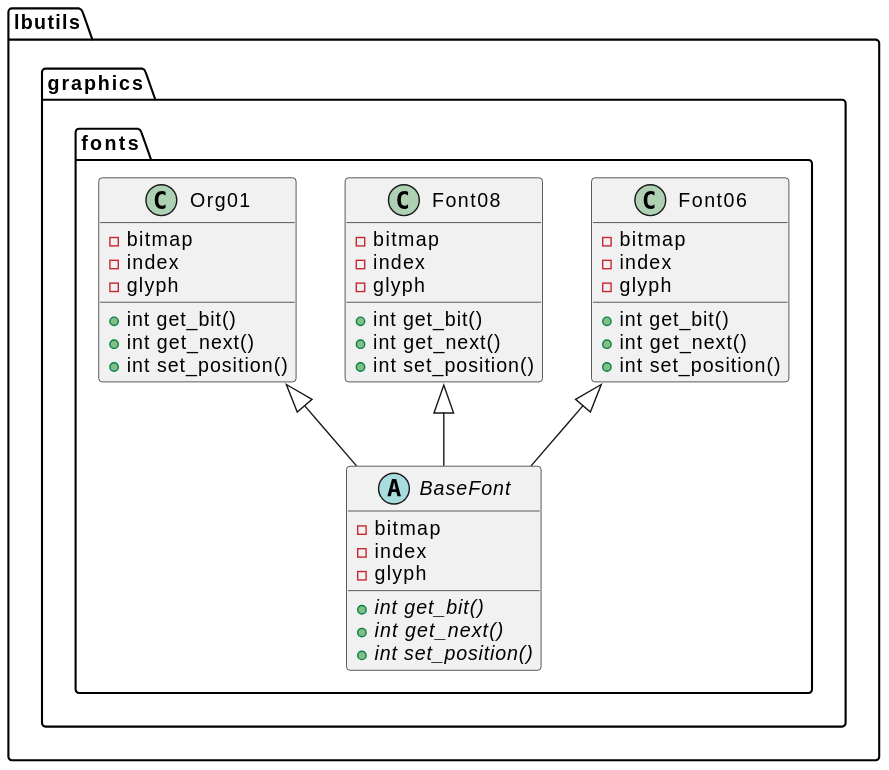
Before: docs/media/lbutils_graphics_fonts.svg, a diagram exported from PlantUML (dlove24/lbutils). Its diagram source:
```plantuml
@startuml
namespace lbutils {
    namespace graphics {
    namespace fonts {
        abstract class BaseFont {
            - bitmap
            - index
            - glyph
            {abstract} +int get_bit()
            {abstract} +int get_next()
            {abstract} +int set_position()
            }
        class Font06 {
            - bitmap
            - index
            - glyph
            +int get_bit()
            +int get_next()
            +int set_position()
            }
        class Font08{
            - bitmap
            - index
            - glyph
            +int get_bit()
            +int get_next()
            +int set_position()
            }
        class Org01{
            - bitmap
            - index
            - glyph
            +int get_bit()
            +int get_next()
            +int set_position()
            }

        }
    }
}

lbutils.graphics.fonts.Font06 <|-- lbutils.graphics.fonts.BaseFont
lbutils.graphics.fonts.Font08 <|-- lbutils.graphics.fonts.BaseFont
lbutils.graphics.fonts.Org01 <|-- lbutils.graphics.fonts.BaseFont
@enduml
```
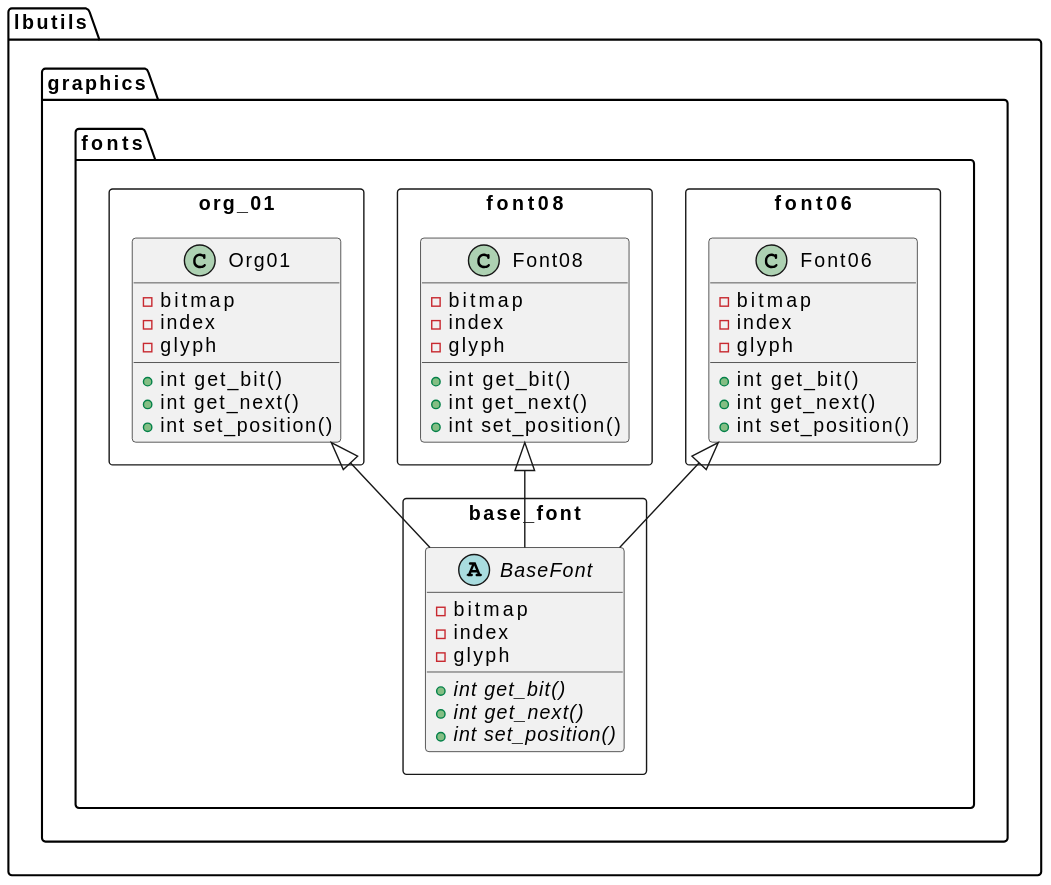
After the change.

What changed in the source:
```diff
@@ -1,45 +1,53 @@
 @startuml
 namespace lbutils {
     namespace graphics {
-    namespace fonts {
-        abstract class BaseFont {
-            - bitmap
-            - index
-            - glyph
-            {abstract} +int get_bit()
-            {abstract} +int get_next()
-            {abstract} +int set_position()
+        namespace fonts {
+            namespace base_font <<Rectangle>> {
+                abstract class BaseFont {
+                    - bitmap
+                    - index
+                    - glyph
+                    {abstract} +int get_bit()
+                    {abstract} +int get_next()
+                    {abstract} +int set_position()
+                }
             }
-        class Font06 {
-            - bitmap
-            - index
-            - glyph
-            +int get_bit()
-            +int get_next()
-            +int set_position()
+            namespace font06 <<Rectangle>> {
+                class Font06 {
+                    - bitmap
+                    - index
+                    - glyph
+                    +int get_bit()
+                    +int get_next()
+                    +int set_position()
+                }
             }
-        class Font08{
-            - bitmap
-            - index
-            - glyph
-            +int get_bit()
-            +int get_next()
-            +int set_position()
+            namespace font08 <<Rectangle>> {
+                class Font08{
+                    - bitmap
+                    - index
+                    - glyph
+                    +int get_bit()
+                    +int get_next()
+                    +int set_position()
+                }
             }
-        class Org01{
-            - bitmap
-            - index
-            - glyph
-            +int get_bit()
-            +int get_next()
-            +int set_position()
+            namespace org_01 <<Rectangle>> {
+                class Org01{
+                    - bitmap
+                    - index
+                    - glyph
+                    +int get_bit()
+                    +int get_next()
+                    +int set_position()
+                }
             }
-
         }
     }
+
 }
 
-lbutils.graphics.fonts.Font06 <|-- lbutils.graphics.fonts.BaseFont
-lbutils.graphics.fonts.Font08 <|-- lbutils.graphics.fonts.BaseFont
-lbutils.graphics.fonts.Org01 <|-- lbutils.graphics.fonts.BaseFont
+lbutils.graphics.fonts.font06.Font06 <|-- lbutils.graphics.fonts.base_font.BaseFont
+lbutils.graphics.fonts.font08.Font08 <|-- lbutils.graphics.fonts.base_font.BaseFont
+lbutils.graphics.fonts.org_01.Org01 <|-- lbutils.graphics.fonts.base_font.BaseFont
 @enduml
```
